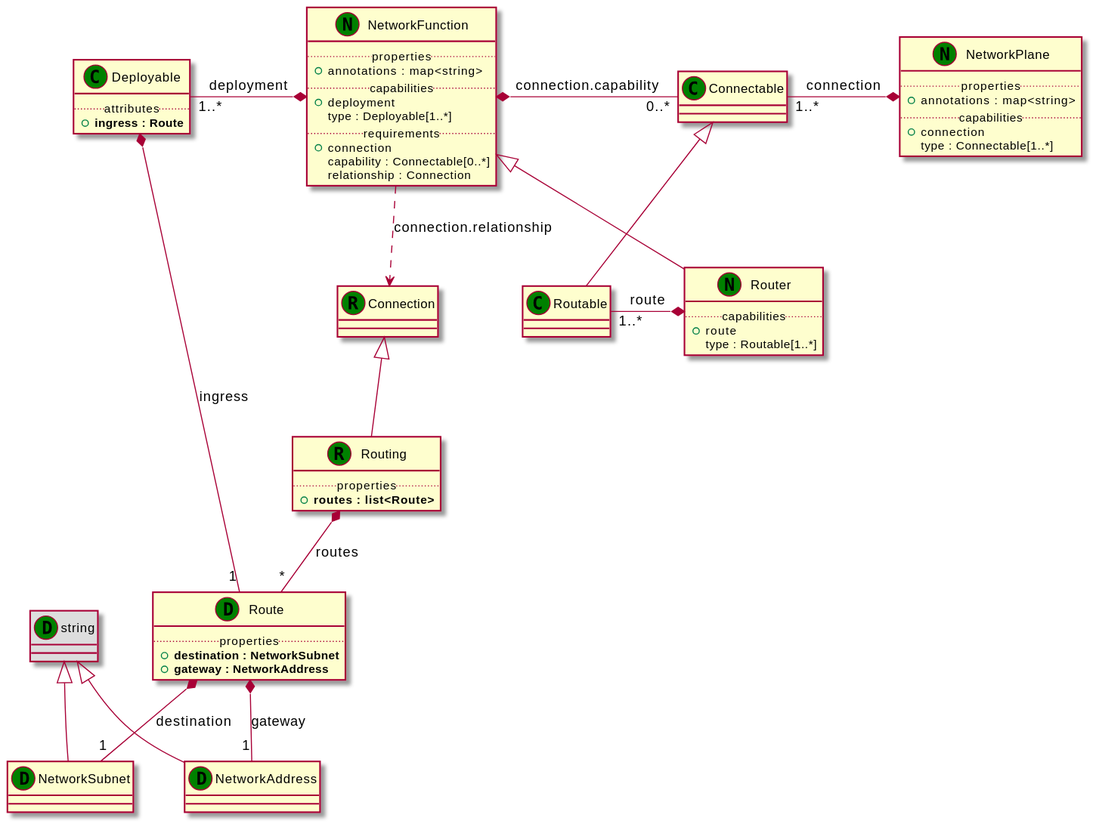
Earlier version of the PlantUML export examples/Turandot/diagrams/uml2/main-examples-telephony-network-service-profiles-network-service-profile-uml2-class-diagram.svg (Orange-OpenSource/Cloudnet-TOSCA-toolbox). Source of this version:
```plantuml
@startuml
set namespaceSeparator none
class "string" as string_DT << (D,green) >> #DDDDDD
class "NetworkSubnet" as NetworkSubnet_DT << (D,green) >> {
}
class "string" as string_DT << (D,green) >> #DDDDDD
class "NetworkAddress" as NetworkAddress_DT << (D,green) >> {
}
class "Route" as Route_DT << (D,green) >> {
.. properties ..
+<b>destination : NetworkSubnet
+<b>gateway : NetworkAddress
}
class "Connectable" as Connectable_CT << (C,green) >> {
}
class "Routable" as Routable_CT << (C,green) >> {
}
class "Deployable" as Deployable_CT << (C,green) >> {
.. attributes ..
+<b>ingress : Route
}
class "Connection" as Connection_RT << (R,green) >> {
}
class "Routing" as Routing_RT << (R,green) >> {
.. properties ..
+<b>routes : list<Route>
}
class "NetworkPlane" as NetworkPlane_NT << (N,green) >> {
.. properties ..
+annotations : map<string>
.. capabilities ..
+connection
 type : Connectable[1..*]
}
class "NetworkFunction" as NetworkFunction_NT << (N,green) >> {
.. properties ..
+annotations : map<string>
.. capabilities ..
+deployment
 type : Deployable[1..*]
.. requirements ..
+connection
 capability : Connectable[0..*]
 relationship : Connection
}
class "Router" as Router_NT << (N,green) >> {
.. capabilities ..
+route
 type : Routable[1..*]
}
string_DT <|-- NetworkSubnet_DT
string_DT <|-- NetworkAddress_DT
Route_DT *-- "1" NetworkSubnet_DT : destination
Route_DT *-- "1" NetworkAddress_DT : gateway
Connectable_CT <|-- Routable_CT
Deployable_CT *-- "1" Route_DT : ingress
Connection_RT <|-- Routing_RT
Routing_RT *-- "*" Route_DT : routes
Connectable_CT "1..*" -* NetworkPlane_NT : connection
Deployable_CT "1..*" -* NetworkFunction_NT : deployment
NetworkFunction_NT *- "0..*" Connectable_CT : connection.capability
NetworkFunction_NT ..> Connection_RT : connection.relationship
NetworkFunction_NT <|-- Router_NT
Routable_CT "1..*" -* Router_NT : route
@enduml
```
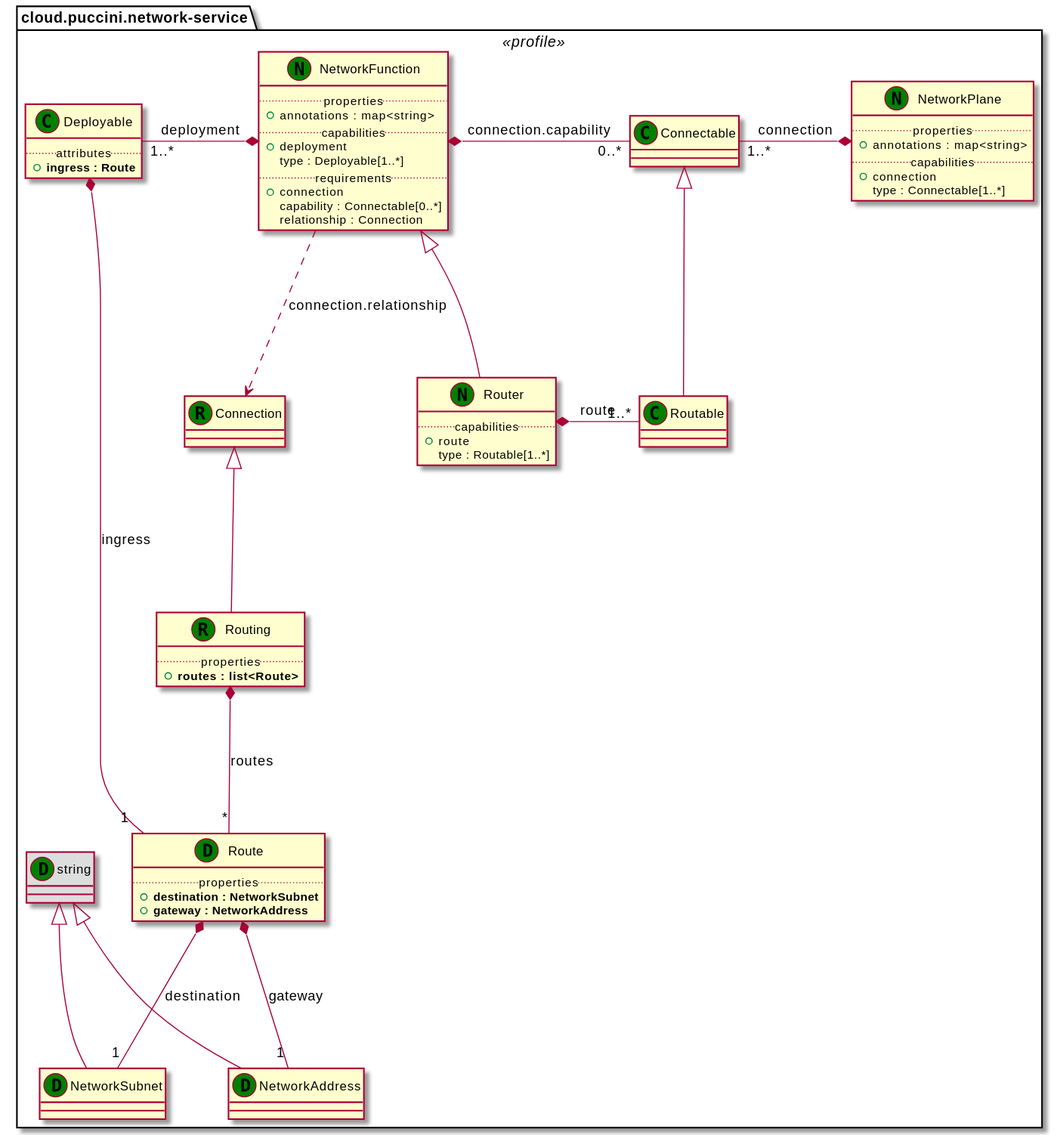
Later version of the same file.

The edit, as a diff of the source:
```diff
@@ -1,5 +1,6 @@
 @startuml
 set namespaceSeparator none
+package "cloud.puccini.network-service" <<profile>> {
 class "string" as string_DT << (D,green) >> #DDDDDD
 class "NetworkSubnet" as NetworkSubnet_DT << (D,green) >> {
 }
@@ -62,4 +63,5 @@
 NetworkFunction_NT ..> Connection_RT : connection.relationship
 NetworkFunction_NT <|-- Router_NT
 Routable_CT "1..*" -* Router_NT : route
+}
 @enduml
```
